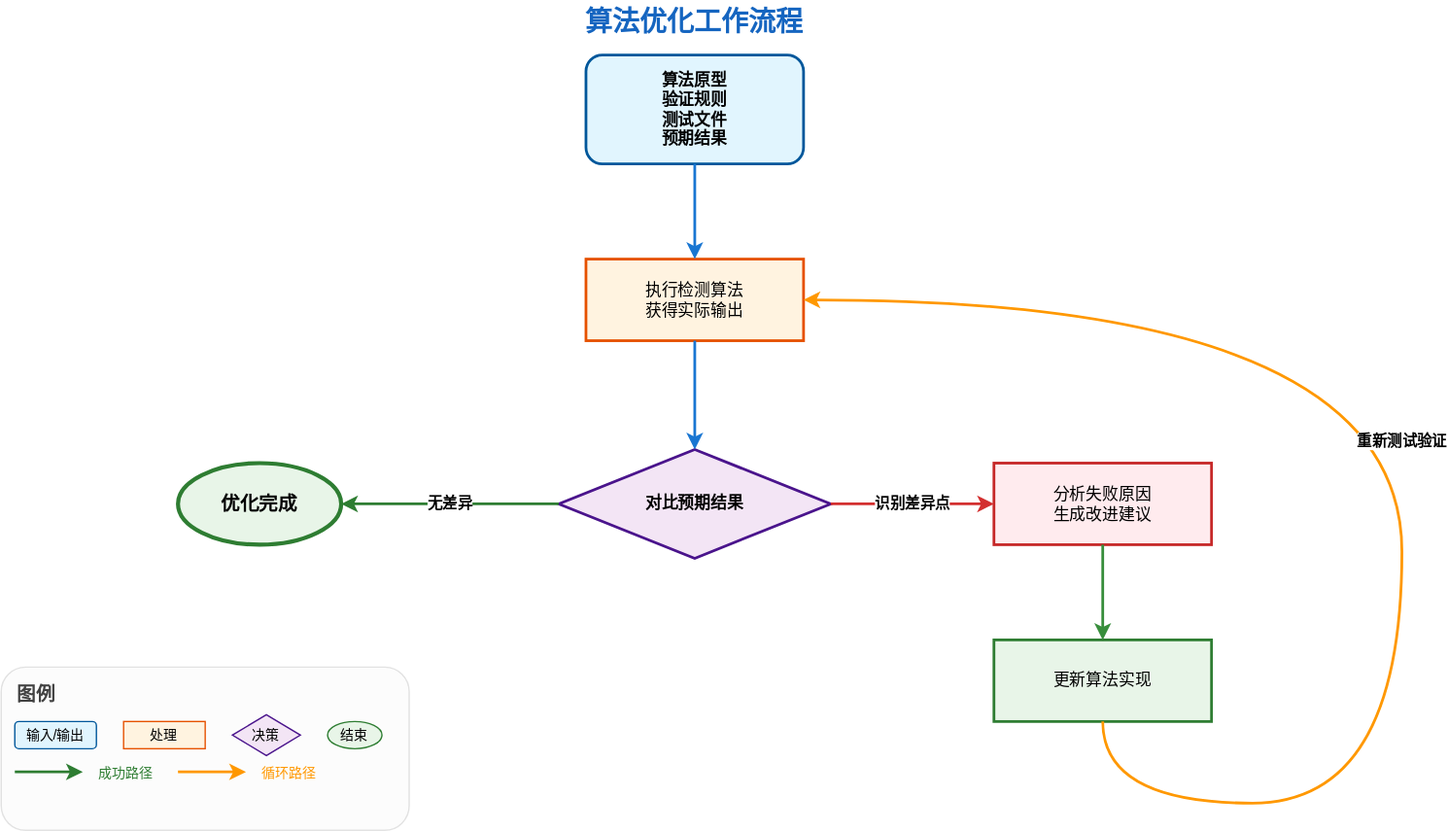
The draw.io diagram 2025-08-04 cursor meetup/images/algorithm-optimization-workflow.svg in ronhuafeng/my-public-slides, before a commit. Source tidied: cells renumbered, new cells last; positions are measured from the earlier drawing's top-left corner, leaving out a move shared by most shapes. Its diagram source:
```xml
<mxGraphModel>
  <root>
    <mxCell id="0" />
    <mxCell id="1" parent="0" />
    <mxCell id="2" value="算法原型&#10;验证规则&#10;测试文件&#10;预期结果" style="rounded=1;whiteSpace=wrap;html=1;fillColor=#e1f5fe;strokeColor=#01579b;strokeWidth=2;fontStyle=1;fontSize=12;spacingTop=10;spacingBottom=10;" parent="1" vertex="1">
      <mxGeometry x="430" y="40" width="160" height="80" as="geometry" />
    </mxCell>
    <mxCell id="3" value="执行检测算法&#10;获得实际输出" style="rounded=0;whiteSpace=wrap;html=1;fillColor=#fff3e0;strokeColor=#e65100;strokeWidth=2;fontSize=12;spacingTop=8;spacingBottom=8;" parent="1" vertex="1">
      <mxGeometry x="430" y="190" width="160" height="60" as="geometry" />
    </mxCell>
    <mxCell id="4" value="对比预期结果" style="rhombus;whiteSpace=wrap;html=1;fillColor=#f3e5f5;strokeColor=#4a148c;strokeWidth=2;fontSize=12;fontStyle=1;" parent="1" vertex="1">
      <mxGeometry x="410" y="330" width="200" height="80" as="geometry" />
    </mxCell>
    <mxCell id="5" value="分析失败原因&#10;生成改进建议" style="rounded=0;whiteSpace=wrap;html=1;fillColor=#ffebee;strokeColor=#c62828;strokeWidth=2;fontSize=12;spacingTop=8;spacingBottom=8;" parent="1" vertex="1">
      <mxGeometry x="730" y="340" width="160" height="60" as="geometry" />
    </mxCell>
    <mxCell id="6" value="更新算法实现" style="rounded=0;whiteSpace=wrap;html=1;fillColor=#e8f5e8;strokeColor=#2e7d32;strokeWidth=2;fontSize=12;spacingTop=8;spacingBottom=8;" parent="1" vertex="1">
      <mxGeometry x="730" y="470" width="160" height="60" as="geometry" />
    </mxCell>
    <mxCell id="7" value="优化完成" style="ellipse;whiteSpace=wrap;html=1;fillColor=#e8f5e8;strokeColor=#2e7d32;strokeWidth=3;fontSize=14;fontStyle=1;" parent="1" vertex="1">
      <mxGeometry x="130" y="340" width="120" height="60" as="geometry" />
    </mxCell>
    <mxCell id="8" style="edgeStyle=orthogonalEdgeStyle;rounded=0;jettySize=auto;html=1;strokeWidth=2;strokeColor=#1976d2;" parent="1" edge="1" source="2" target="3">
      <mxGeometry relative="1" as="geometry" />
    </mxCell>
    <mxCell id="9" style="edgeStyle=orthogonalEdgeStyle;rounded=0;jettySize=auto;html=1;strokeWidth=2;strokeColor=#1976d2;" parent="1" edge="1" source="3" target="4">
      <mxGeometry relative="1" as="geometry" />
    </mxCell>
    <mxCell id="10" value="识别差异点" style="edgeStyle=orthogonalEdgeStyle;rounded=0;jettySize=auto;html=1;strokeWidth=2;strokeColor=#d32f2f;fontSize=11;fontStyle=1;" parent="1" edge="1" source="4" target="5">
      <mxGeometry relative="1" as="geometry" />
    </mxCell>
    <mxCell id="11" style="edgeStyle=orthogonalEdgeStyle;rounded=0;jettySize=auto;html=1;strokeWidth=2;strokeColor=#388e3c;" parent="1" edge="1" source="5" target="6">
      <mxGeometry relative="1" as="geometry" />
    </mxCell>
    <mxCell id="12" value="重新测试验证" style="edgeStyle=orthogonalEdgeStyle;rounded=1;jettySize=auto;html=1;strokeWidth=2;strokeColor=#ff9800;curved=1;fontSize=11;fontStyle=1;" parent="1" edge="1" source="6" target="3">
      <mxGeometry relative="1" as="geometry">
        <Array as="points">
          <mxPoint x="810" y="590" />
          <mxPoint x="1030" y="590" />
          <mxPoint x="1030" y="220" />
        </Array>
      </mxGeometry>
    </mxCell>
    <mxCell id="13" value="无差异" style="edgeStyle=orthogonalEdgeStyle;rounded=0;jettySize=auto;html=1;strokeWidth=2;strokeColor=#2e7d32;fontSize=11;fontStyle=1;" parent="1" edge="1" source="4" target="7">
      <mxGeometry relative="1" as="geometry" />
    </mxCell>
    <mxCell id="14" value="算法优化工作流程" style="text;html=1;strokeColor=none;fillColor=none;align=center;verticalAlign=middle;whiteSpace=wrap;rounded=0;fontSize=20;fontStyle=1;fontColor=#1565c0;" parent="1" vertex="1">
      <mxGeometry x="400" width="220" height="30" as="geometry" />
    </mxCell>
    <mxCell id="15" style="rounded=1;whiteSpace=wrap;html=1;fillColor=#f5f5f5;strokeColor=#9e9e9e;strokeWidth=1;opacity=30;" parent="1" vertex="1">
      <mxGeometry y="490" width="300" height="120" as="geometry" />
    </mxCell>
    <mxCell id="16" value="图例" style="text;html=1;strokeColor=none;fillColor=none;align=left;verticalAlign=middle;whiteSpace=wrap;rounded=0;fontSize=14;fontStyle=1;fontColor=#424242;" parent="1" vertex="1">
      <mxGeometry x="10" y="500" width="60" height="20" as="geometry" />
    </mxCell>
    <mxCell id="17" value="输入/输出" style="rounded=1;whiteSpace=wrap;html=1;fillColor=#e1f5fe;strokeColor=#01579b;strokeWidth=1;fontSize=10;" parent="1" vertex="1">
      <mxGeometry x="10" y="530" width="60" height="20" as="geometry" />
    </mxCell>
    <mxCell id="18" value="处理" style="rounded=0;whiteSpace=wrap;html=1;fillColor=#fff3e0;strokeColor=#e65100;strokeWidth=1;fontSize=10;" parent="1" vertex="1">
      <mxGeometry x="90" y="530" width="60" height="20" as="geometry" />
    </mxCell>
    <mxCell id="19" value="决策" style="rhombus;whiteSpace=wrap;html=1;fillColor=#f3e5f5;strokeColor=#4a148c;strokeWidth=1;fontSize=10;" parent="1" vertex="1">
      <mxGeometry x="170" y="525" width="50" height="30" as="geometry" />
    </mxCell>
    <mxCell id="20" value="结束" style="ellipse;whiteSpace=wrap;html=1;fillColor=#e8f5e8;strokeColor=#2e7d32;strokeWidth=1;fontSize=10;" parent="1" vertex="1">
      <mxGeometry x="240" y="530" width="40" height="20" as="geometry" />
    </mxCell>
    <mxCell id="21" value="成功路径" style="text;html=1;strokeColor=none;fillColor=none;align=left;verticalAlign=middle;whiteSpace=wrap;rounded=0;fontSize=10;fontColor=#2e7d32;" parent="1" vertex="1">
      <mxGeometry x="70" y="560" width="60" height="15" as="geometry" />
    </mxCell>
    <mxCell id="22" style="endArrow=classic;html=1;rounded=0;strokeWidth=2;strokeColor=#2e7d32;" parent="1" edge="1">
      <mxGeometry relative="1" as="geometry">
        <mxPoint x="10" y="567" as="sourcePoint" />
        <mxPoint x="60" y="567" as="targetPoint" />
      </mxGeometry>
    </mxCell>
    <mxCell id="23" value="循环路径" style="text;html=1;strokeColor=none;fillColor=none;align=left;verticalAlign=middle;whiteSpace=wrap;rounded=0;fontSize=10;fontColor=#ff9800;" parent="1" vertex="1">
      <mxGeometry x="190" y="560" width="60" height="15" as="geometry" />
    </mxCell>
    <mxCell id="24" style="endArrow=classic;html=1;rounded=1;strokeWidth=2;strokeColor=#ff9800;curved=1;" parent="1" edge="1">
      <mxGeometry relative="1" as="geometry">
        <mxPoint x="130" y="567" as="sourcePoint" />
        <mxPoint x="180" y="567" as="targetPoint" />
      </mxGeometry>
    </mxCell>
  </root>
</mxGraphModel>
```
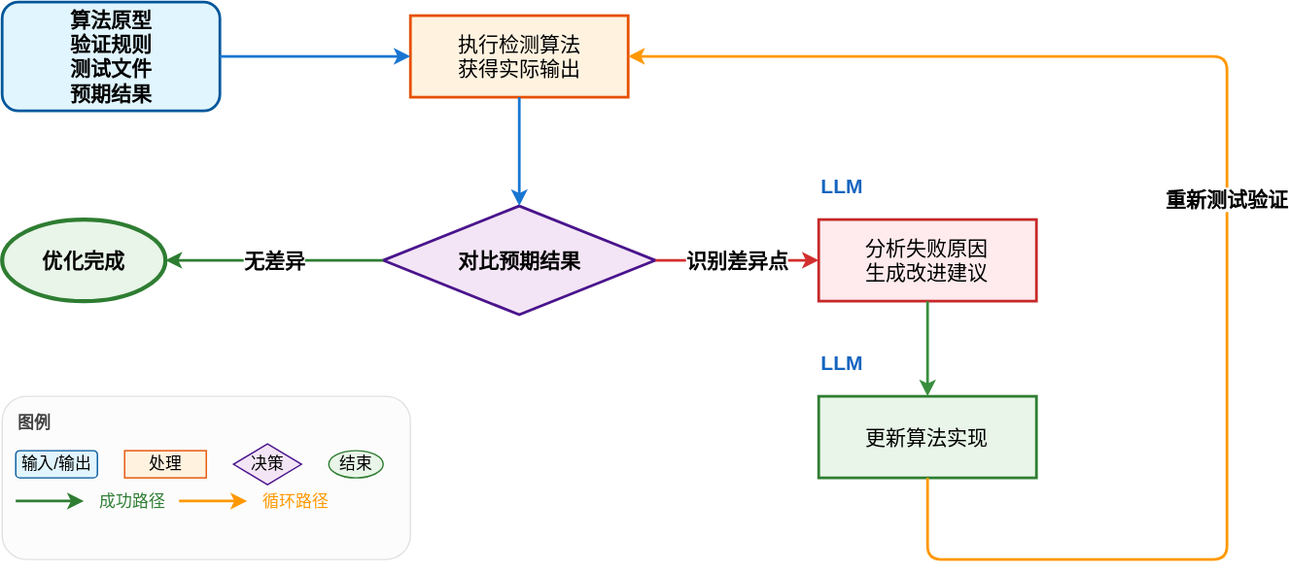
Later version of the same file.

The edit, as a diff of the source:
```diff
@@ -2,37 +2,37 @@
   <root>
     <mxCell id="0" />
     <mxCell id="1" parent="0" />
-    <mxCell id="2" value="算法原型&#10;验证规则&#10;测试文件&#10;预期结果" style="rounded=1;whiteSpace=wrap;html=1;fillColor=#e1f5fe;strokeColor=#01579b;strokeWidth=2;fontStyle=1;fontSize=12;spacingTop=10;spacingBottom=10;" parent="1" vertex="1">
-      <mxGeometry x="430" y="40" width="160" height="80" as="geometry" />
+    <mxCell id="2" value="算法原型&#10;验证规则&#10;测试文件&#10;预期结果" style="rounded=1;whiteSpace=wrap;html=1;fillColor=#e1f5fe;strokeColor=#01579b;strokeWidth=2;fontStyle=1;fontSize=15;spacingTop=10;spacingBottom=10;" parent="1" vertex="1">
+      <mxGeometry x="130" y="180" width="160" height="80" as="geometry" />
     </mxCell>
-    <mxCell id="3" value="执行检测算法&#10;获得实际输出" style="rounded=0;whiteSpace=wrap;html=1;fillColor=#fff3e0;strokeColor=#e65100;strokeWidth=2;fontSize=12;spacingTop=8;spacingBottom=8;" parent="1" vertex="1">
+    <mxCell id="3" value="执行检测算法&#10;获得实际输出" style="rounded=0;whiteSpace=wrap;html=1;fillColor=#fff3e0;strokeColor=#e65100;strokeWidth=2;fontSize=15;spacingTop=8;spacingBottom=8;" parent="1" vertex="1">
       <mxGeometry x="430" y="190" width="160" height="60" as="geometry" />
     </mxCell>
-    <mxCell id="4" value="对比预期结果" style="rhombus;whiteSpace=wrap;html=1;fillColor=#f3e5f5;strokeColor=#4a148c;strokeWidth=2;fontSize=12;fontStyle=1;" parent="1" vertex="1">
+    <mxCell id="4" value="对比预期结果" style="rhombus;whiteSpace=wrap;html=1;fillColor=#f3e5f5;strokeColor=#4a148c;strokeWidth=2;fontSize=15;fontStyle=1;" parent="1" vertex="1">
       <mxGeometry x="410" y="330" width="200" height="80" as="geometry" />
     </mxCell>
-    <mxCell id="5" value="分析失败原因&#10;生成改进建议" style="rounded=0;whiteSpace=wrap;html=1;fillColor=#ffebee;strokeColor=#c62828;strokeWidth=2;fontSize=12;spacingTop=8;spacingBottom=8;" parent="1" vertex="1">
+    <mxCell id="5" value="分析失败原因&#10;生成改进建议" style="rounded=0;whiteSpace=wrap;html=1;fillColor=#ffebee;strokeColor=#c62828;strokeWidth=2;fontSize=15;spacingTop=8;spacingBottom=8;" parent="1" vertex="1">
       <mxGeometry x="730" y="340" width="160" height="60" as="geometry" />
     </mxCell>
-    <mxCell id="6" value="更新算法实现" style="rounded=0;whiteSpace=wrap;html=1;fillColor=#e8f5e8;strokeColor=#2e7d32;strokeWidth=2;fontSize=12;spacingTop=8;spacingBottom=8;" parent="1" vertex="1">
+    <mxCell id="6" value="更新算法实现" style="rounded=0;whiteSpace=wrap;html=1;fillColor=#e8f5e8;strokeColor=#2e7d32;strokeWidth=2;fontSize=15;spacingTop=8;spacingBottom=8;" parent="1" vertex="1">
       <mxGeometry x="730" y="470" width="160" height="60" as="geometry" />
     </mxCell>
-    <mxCell id="7" value="优化完成" style="ellipse;whiteSpace=wrap;html=1;fillColor=#e8f5e8;strokeColor=#2e7d32;strokeWidth=3;fontSize=14;fontStyle=1;" parent="1" vertex="1">
+    <mxCell id="7" value="优化完成" style="ellipse;whiteSpace=wrap;html=1;fillColor=#e8f5e8;strokeColor=#2e7d32;strokeWidth=3;fontSize=15;fontStyle=1;" parent="1" vertex="1">
       <mxGeometry x="130" y="340" width="120" height="60" as="geometry" />
     </mxCell>
-    <mxCell id="8" style="edgeStyle=orthogonalEdgeStyle;rounded=0;jettySize=auto;html=1;strokeWidth=2;strokeColor=#1976d2;" parent="1" edge="1" source="2" target="3">
+    <mxCell id="8" style="edgeStyle=orthogonalEdgeStyle;rounded=0;jettySize=auto;html=1;strokeWidth=2;strokeColor=#1976d2;fontSize=15;" parent="1" edge="1" source="2" target="3">
       <mxGeometry relative="1" as="geometry" />
     </mxCell>
-    <mxCell id="9" style="edgeStyle=orthogonalEdgeStyle;rounded=0;jettySize=auto;html=1;strokeWidth=2;strokeColor=#1976d2;" parent="1" edge="1" source="3" target="4">
+    <mxCell id="9" style="edgeStyle=orthogonalEdgeStyle;rounded=0;jettySize=auto;html=1;strokeWidth=2;strokeColor=#1976d2;fontSize=15;" parent="1" edge="1" source="3" target="4">
       <mxGeometry relative="1" as="geometry" />
     </mxCell>
-    <mxCell id="10" value="识别差异点" style="edgeStyle=orthogonalEdgeStyle;rounded=0;jettySize=auto;html=1;strokeWidth=2;strokeColor=#d32f2f;fontSize=11;fontStyle=1;" parent="1" edge="1" source="4" target="5">
+    <mxCell id="10" value="识别差异点" style="edgeStyle=orthogonalEdgeStyle;rounded=0;jettySize=auto;html=1;strokeWidth=2;strokeColor=#d32f2f;fontSize=15;fontStyle=1;" parent="1" edge="1" source="4" target="5">
       <mxGeometry relative="1" as="geometry" />
     </mxCell>
-    <mxCell id="11" style="edgeStyle=orthogonalEdgeStyle;rounded=0;jettySize=auto;html=1;strokeWidth=2;strokeColor=#388e3c;" parent="1" edge="1" source="5" target="6">
+    <mxCell id="11" style="edgeStyle=orthogonalEdgeStyle;rounded=0;jettySize=auto;html=1;strokeWidth=2;strokeColor=#388e3c;fontSize=15;" parent="1" edge="1" source="5" target="6">
       <mxGeometry relative="1" as="geometry" />
     </mxCell>
-    <mxCell id="12" value="重新测试验证" style="edgeStyle=orthogonalEdgeStyle;rounded=1;jettySize=auto;html=1;strokeWidth=2;strokeColor=#ff9800;curved=1;fontSize=11;fontStyle=1;" parent="1" edge="1" source="6" target="3">
+    <mxCell id="12" value="重新测试验证" style="edgeStyle=orthogonalEdgeStyle;rounded=1;jettySize=auto;html=1;strokeWidth=2;strokeColor=#ff9800;curved=0;fontSize=15;fontStyle=1;" parent="1" edge="1" source="6" target="3">
       <mxGeometry relative="1" as="geometry">
         <Array as="points">
           <mxPoint x="810" y="590" />
@@ -41,47 +41,53 @@
         </Array>
       </mxGeometry>
     </mxCell>
-    <mxCell id="13" value="无差异" style="edgeStyle=orthogonalEdgeStyle;rounded=0;jettySize=auto;html=1;strokeWidth=2;strokeColor=#2e7d32;fontSize=11;fontStyle=1;" parent="1" edge="1" source="4" target="7">
+    <mxCell id="13" value="无差异" style="edgeStyle=orthogonalEdgeStyle;rounded=0;jettySize=auto;html=1;strokeWidth=2;strokeColor=#2e7d32;fontSize=15;fontStyle=1;" parent="1" edge="1" source="4" target="7">
       <mxGeometry relative="1" as="geometry" />
     </mxCell>
-    <mxCell id="14" value="算法优化工作流程" style="text;html=1;strokeColor=none;fillColor=none;align=center;verticalAlign=middle;whiteSpace=wrap;rounded=0;fontSize=20;fontStyle=1;fontColor=#1565c0;" parent="1" vertex="1">
-      <mxGeometry x="400" width="220" height="30" as="geometry" />
-    </mxCell>
+    <mxCell id="25" style="group;" parent="1" vertex="1">
+      <mxGeometry x="130" y="470" width="300" height="120" as="geometry" />
+    </mxCell>
-    <mxCell id="15" style="rounded=1;whiteSpace=wrap;html=1;fillColor=#f5f5f5;strokeColor=#9e9e9e;strokeWidth=1;opacity=30;" parent="1" vertex="1">
-      <mxGeometry y="490" width="300" height="120" as="geometry" />
+    <mxCell id="15" style="rounded=1;whiteSpace=wrap;html=1;fillColor=#f5f5f5;strokeColor=#9e9e9e;strokeWidth=1;opacity=30;fontSize=12;" parent="25" vertex="1">
+      <mxGeometry width="300" height="120" as="geometry" />
     </mxCell>
-    <mxCell id="16" value="图例" style="text;html=1;strokeColor=none;fillColor=none;align=left;verticalAlign=middle;whiteSpace=wrap;rounded=0;fontSize=14;fontStyle=1;fontColor=#424242;" parent="1" vertex="1">
-      <mxGeometry x="10" y="500" width="60" height="20" as="geometry" />
+    <mxCell id="16" value="图例" style="text;html=1;strokeColor=none;fillColor=none;align=left;verticalAlign=middle;whiteSpace=wrap;rounded=0;fontSize=12;fontStyle=1;fontColor=#424242;" parent="25" vertex="1">
+      <mxGeometry x="10" y="10" width="60" height="20" as="geometry" />
     </mxCell>
-    <mxCell id="17" value="输入/输出" style="rounded=1;whiteSpace=wrap;html=1;fillColor=#e1f5fe;strokeColor=#01579b;strokeWidth=1;fontSize=10;" parent="1" vertex="1">
-      <mxGeometry x="10" y="530" width="60" height="20" as="geometry" />
+    <mxCell id="17" value="输入/输出" style="rounded=1;whiteSpace=wrap;html=1;fillColor=#e1f5fe;strokeColor=#01579b;strokeWidth=1;fontSize=12;" parent="25" vertex="1">
+      <mxGeometry x="10" y="40" width="60" height="20" as="geometry" />
     </mxCell>
-    <mxCell id="18" value="处理" style="rounded=0;whiteSpace=wrap;html=1;fillColor=#fff3e0;strokeColor=#e65100;strokeWidth=1;fontSize=10;" parent="1" vertex="1">
-      <mxGeometry x="90" y="530" width="60" height="20" as="geometry" />
+    <mxCell id="18" value="处理" style="rounded=0;whiteSpace=wrap;html=1;fillColor=#fff3e0;strokeColor=#e65100;strokeWidth=1;fontSize=12;" parent="25" vertex="1">
+      <mxGeometry x="90" y="40" width="60" height="20" as="geometry" />
     </mxCell>
-    <mxCell id="19" value="决策" style="rhombus;whiteSpace=wrap;html=1;fillColor=#f3e5f5;strokeColor=#4a148c;strokeWidth=1;fontSize=10;" parent="1" vertex="1">
-      <mxGeometry x="170" y="525" width="50" height="30" as="geometry" />
+    <mxCell id="19" value="决策" style="rhombus;whiteSpace=wrap;html=1;fillColor=#f3e5f5;strokeColor=#4a148c;strokeWidth=1;fontSize=12;" parent="25" vertex="1">
+      <mxGeometry x="170" y="35" width="50" height="30" as="geometry" />
     </mxCell>
-    <mxCell id="20" value="结束" style="ellipse;whiteSpace=wrap;html=1;fillColor=#e8f5e8;strokeColor=#2e7d32;strokeWidth=1;fontSize=10;" parent="1" vertex="1">
-      <mxGeometry x="240" y="530" width="40" height="20" as="geometry" />
+    <mxCell id="20" value="结束" style="ellipse;whiteSpace=wrap;html=1;fillColor=#e8f5e8;strokeColor=#2e7d32;strokeWidth=1;fontSize=12;" parent="25" vertex="1">
+      <mxGeometry x="240" y="40" width="40" height="20" as="geometry" />
     </mxCell>
-    <mxCell id="21" value="成功路径" style="text;html=1;strokeColor=none;fillColor=none;align=left;verticalAlign=middle;whiteSpace=wrap;rounded=0;fontSize=10;fontColor=#2e7d32;" parent="1" vertex="1">
-      <mxGeometry x="70" y="560" width="60" height="15" as="geometry" />
+    <mxCell id="21" value="成功路径" style="text;html=1;strokeColor=none;fillColor=none;align=left;verticalAlign=middle;whiteSpace=wrap;rounded=0;fontSize=12;fontColor=#2e7d32;" parent="25" vertex="1">
+      <mxGeometry x="70" y="70" width="60" height="15" as="geometry" />
     </mxCell>
-    <mxCell id="22" style="endArrow=classic;html=1;rounded=0;strokeWidth=2;strokeColor=#2e7d32;" parent="1" edge="1">
+    <mxCell id="22" style="endArrow=classic;html=1;rounded=0;strokeWidth=2;strokeColor=#2e7d32;fontSize=12;" parent="25" edge="1">
       <mxGeometry relative="1" as="geometry">
-        <mxPoint x="10" y="567" as="sourcePoint" />
-        <mxPoint x="60" y="567" as="targetPoint" />
+        <mxPoint x="10" y="77" as="sourcePoint" />
+        <mxPoint x="60" y="77" as="targetPoint" />
       </mxGeometry>
     </mxCell>
-    <mxCell id="23" value="循环路径" style="text;html=1;strokeColor=none;fillColor=none;align=left;verticalAlign=middle;whiteSpace=wrap;rounded=0;fontSize=10;fontColor=#ff9800;" parent="1" vertex="1">
-      <mxGeometry x="190" y="560" width="60" height="15" as="geometry" />
+    <mxCell id="23" value="循环路径" style="text;html=1;strokeColor=none;fillColor=none;align=left;verticalAlign=middle;whiteSpace=wrap;rounded=0;fontSize=12;fontColor=#ff9800;" parent="25" vertex="1">
+      <mxGeometry x="190" y="70" width="60" height="15" as="geometry" />
     </mxCell>
-    <mxCell id="24" style="endArrow=classic;html=1;rounded=1;strokeWidth=2;strokeColor=#ff9800;curved=1;" parent="1" edge="1">
+    <mxCell id="24" style="endArrow=classic;html=1;rounded=1;strokeWidth=2;strokeColor=#ff9800;curved=1;fontSize=12;" parent="25" edge="1">
       <mxGeometry relative="1" as="geometry">
-        <mxPoint x="130" y="567" as="sourcePoint" />
-        <mxPoint x="180" y="567" as="targetPoint" />
+        <mxPoint x="130" y="77" as="sourcePoint" />
+        <mxPoint x="180" y="77" as="targetPoint" />
       </mxGeometry>
     </mxCell>
+    <mxCell id="26" value="LLM" style="text;html=1;strokeColor=none;fillColor=none;align=left;verticalAlign=middle;whiteSpace=wrap;rounded=0;fontSize=15;fontStyle=1;fontColor=#1565c0;" parent="1" vertex="1">
+      <mxGeometry x="730" y="300" width="100" height="30" as="geometry" />
+    </mxCell>
+    <mxCell id="27" value="LLM" style="text;html=1;strokeColor=none;fillColor=none;align=left;verticalAlign=middle;whiteSpace=wrap;rounded=0;fontSize=15;fontStyle=1;fontColor=#1565c0;" parent="1" vertex="1">
+      <mxGeometry x="730" y="430" width="100" height="30" as="geometry" />
+    </mxCell>
   </root>
 </mxGraphModel>
```
